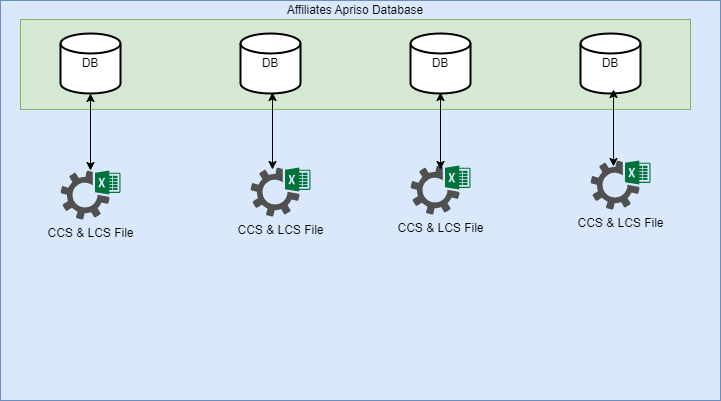
The draw.io diagram CurrenFlowAutoConfig.drawio.png in chulbuljha/SampleCode, before a commit. Source tidied: cells renumbered, new cells last; positions are measured from the earlier drawing's top-left corner, leaving out a move shared by most shapes.
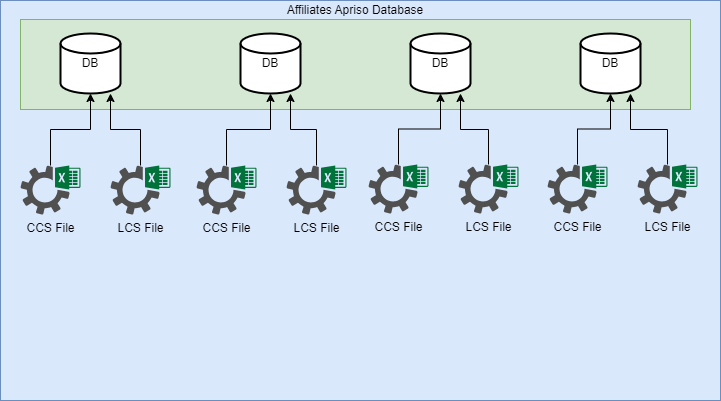
The same diagram one commit later.

What changed in the source:
```diff
@@ -20,38 +20,73 @@
     <mxCell id="7" value="DB" style="strokeWidth=2;html=1;shape=mxgraph.flowchart.database;whiteSpace=wrap;" parent="1" vertex="1">
       <mxGeometry x="580" y="33" width="60" height="60" as="geometry" />
     </mxCell>
+    <mxCell id="12" style="edgeStyle=orthogonalEdgeStyle;rounded=0;jettySize=auto;html=1;" parent="1" edge="1" source="8" target="4">
+      <mxGeometry relative="1" as="geometry" />
+    </mxCell>
-    <mxCell id="8" value="CCS &amp;amp; LCS File" style="sketch=0;shadow=0;dashed=0;html=1;strokeColor=none;fillColor=#505050;labelPosition=center;verticalLabelPosition=bottom;verticalAlign=top;outlineConnect=0;align=center;shape=mxgraph.office.services.excel_services;" parent="1" vertex="1">
-      <mxGeometry x="60" y="170" width="60" height="49" as="geometry" />
+    <mxCell id="8" value="CCS File" style="sketch=0;shadow=0;dashed=0;html=1;strokeColor=none;fillColor=#505050;labelPosition=center;verticalLabelPosition=bottom;verticalAlign=top;outlineConnect=0;align=center;shape=mxgraph.office.services.excel_services;" parent="1" vertex="1">
+      <mxGeometry x="20" y="165" width="60" height="49" as="geometry" />
     </mxCell>
-    <mxCell id="9" value="CCS &amp;amp; LCS File" style="sketch=0;shadow=0;dashed=0;html=1;strokeColor=none;fillColor=#505050;labelPosition=center;verticalLabelPosition=bottom;verticalAlign=top;align=center;shape=mxgraph.office.services.excel_services;" parent="1" vertex="1">
-      <mxGeometry x="250" y="167" width="60" height="49" as="geometry" />
-    </mxCell>
-    <mxCell id="10" value="CCS &amp;amp; LCS File" style="sketch=0;shadow=0;dashed=0;html=1;strokeColor=none;fillColor=#505050;labelPosition=center;verticalLabelPosition=bottom;verticalAlign=top;align=center;shape=mxgraph.office.services.excel_services;" parent="1" vertex="1">
-      <mxGeometry x="410" y="165" width="60" height="49" as="geometry" />
-    </mxCell>
-    <mxCell id="11" value="CCS &amp;amp; LCS File" style="sketch=0;shadow=0;dashed=0;html=1;strokeColor=none;fillColor=#505050;labelPosition=center;verticalLabelPosition=bottom;verticalAlign=top;align=center;shape=mxgraph.office.services.excel_services;" parent="1" vertex="1">
-      <mxGeometry x="590" y="160" width="60" height="49" as="geometry" />
-    </mxCell>
-    <mxCell id="12" style="endArrow=classic;startArrow=classic;html=1;rounded=0;entryX=0.5;entryY=1;entryDx=0;entryDy=0;entryPerimeter=0;" parent="1" edge="1" source="8" target="4">
-      <mxGeometry relative="1" as="geometry" />
-    </mxCell>
-    <mxCell id="13" style="endArrow=classic;startArrow=classic;html=1;rounded=0;entryX=0.5;entryY=1;entryDx=0;entryDy=0;entryPerimeter=0;" parent="1" edge="1">
-      <mxGeometry relative="1" as="geometry">
-        <mxPoint x="272" y="169" as="sourcePoint" />
-        <mxPoint x="272" y="92" as="targetPoint" />
-      </mxGeometry>
-    </mxCell>
-    <mxCell id="14" style="endArrow=classic;startArrow=classic;html=1;rounded=0;entryX=0.5;entryY=1;entryDx=0;entryDy=0;entryPerimeter=0;" parent="1" edge="1">
-      <mxGeometry relative="1" as="geometry">
-        <mxPoint x="440" y="169" as="sourcePoint" />
-        <mxPoint x="440" y="92" as="targetPoint" />
-      </mxGeometry>
-    </mxCell>
-    <mxCell id="15" style="endArrow=classic;startArrow=classic;html=1;rounded=0;entryX=0.5;entryY=1;entryDx=0;entryDy=0;entryPerimeter=0;" parent="1" edge="1">
-      <mxGeometry relative="1" as="geometry">
-        <mxPoint x="613" y="166" as="sourcePoint" />
-        <mxPoint x="613" y="89" as="targetPoint" />
-      </mxGeometry>
-    </mxCell>
+    <mxCell id="16" style="edgeStyle=orthogonalEdgeStyle;rounded=0;jettySize=auto;html=1;" parent="1" edge="1" source="17" target="4">
+      <mxGeometry relative="1" as="geometry">
+        <Array as="points">
+          <mxPoint x="140" y="129" />
+          <mxPoint x="110" y="129" />
+        </Array>
+      </mxGeometry>
+    </mxCell>
+    <mxCell id="17" value="LCS File" style="sketch=0;shadow=0;dashed=0;html=1;strokeColor=none;fillColor=#505050;labelPosition=center;verticalLabelPosition=bottom;verticalAlign=top;outlineConnect=0;align=center;shape=mxgraph.office.services.excel_services;" parent="1" vertex="1">
+      <mxGeometry x="110" y="165" width="60" height="49" as="geometry" />
+    </mxCell>
+    <mxCell id="18" style="edgeStyle=orthogonalEdgeStyle;rounded=0;jettySize=auto;html=1;" parent="1" edge="1" source="19" target="5">
+      <mxGeometry relative="1" as="geometry" />
+    </mxCell>
+    <mxCell id="19" value="CCS File" style="sketch=0;shadow=0;dashed=0;html=1;strokeColor=none;fillColor=#505050;labelPosition=center;verticalLabelPosition=bottom;verticalAlign=top;outlineConnect=0;align=center;shape=mxgraph.office.services.excel_services;" parent="1" vertex="1">
+      <mxGeometry x="196" y="165" width="60" height="49" as="geometry" />
+    </mxCell>
+    <mxCell id="20" style="edgeStyle=orthogonalEdgeStyle;rounded=0;jettySize=auto;html=1;" parent="1" edge="1" source="21" target="5">
+      <mxGeometry relative="1" as="geometry">
+        <Array as="points">
+          <mxPoint x="316" y="129" />
+          <mxPoint x="290" y="129" />
+        </Array>
+      </mxGeometry>
+    </mxCell>
+    <mxCell id="21" value="LCS File" style="sketch=0;shadow=0;dashed=0;html=1;strokeColor=none;fillColor=#505050;labelPosition=center;verticalLabelPosition=bottom;verticalAlign=top;outlineConnect=0;align=center;shape=mxgraph.office.services.excel_services;" parent="1" vertex="1">
+      <mxGeometry x="286" y="165" width="60" height="49" as="geometry" />
+    </mxCell>
+    <mxCell id="22" style="edgeStyle=orthogonalEdgeStyle;rounded=0;jettySize=auto;html=1;" parent="1" edge="1" source="23" target="6">
+      <mxGeometry relative="1" as="geometry" />
+    </mxCell>
+    <mxCell id="23" value="CCS File" style="sketch=0;shadow=0;dashed=0;html=1;strokeColor=none;fillColor=#505050;labelPosition=center;verticalLabelPosition=bottom;verticalAlign=top;outlineConnect=0;align=center;shape=mxgraph.office.services.excel_services;" parent="1" vertex="1">
+      <mxGeometry x="368" y="164" width="60" height="49" as="geometry" />
+    </mxCell>
+    <mxCell id="24" style="edgeStyle=orthogonalEdgeStyle;rounded=0;jettySize=auto;html=1;" parent="1" edge="1" source="25" target="6">
+      <mxGeometry relative="1" as="geometry">
+        <Array as="points">
+          <mxPoint x="488" y="129" />
+          <mxPoint x="460" y="129" />
+        </Array>
+      </mxGeometry>
+    </mxCell>
+    <mxCell id="25" value="LCS File" style="sketch=0;shadow=0;dashed=0;html=1;strokeColor=none;fillColor=#505050;labelPosition=center;verticalLabelPosition=bottom;verticalAlign=top;outlineConnect=0;align=center;shape=mxgraph.office.services.excel_services;" parent="1" vertex="1">
+      <mxGeometry x="458" y="164" width="60" height="49" as="geometry" />
+    </mxCell>
+    <mxCell id="26" style="edgeStyle=orthogonalEdgeStyle;rounded=0;jettySize=auto;html=1;" parent="1" edge="1" source="27" target="7">
+      <mxGeometry relative="1" as="geometry" />
+    </mxCell>
+    <mxCell id="27" value="CCS File" style="sketch=0;shadow=0;dashed=0;html=1;strokeColor=none;fillColor=#505050;labelPosition=center;verticalLabelPosition=bottom;verticalAlign=top;outlineConnect=0;align=center;shape=mxgraph.office.services.excel_services;" parent="1" vertex="1">
+      <mxGeometry x="547" y="164" width="60" height="49" as="geometry" />
+    </mxCell>
+    <mxCell id="28" style="edgeStyle=orthogonalEdgeStyle;rounded=0;jettySize=auto;html=1;" parent="1" edge="1" source="29" target="7">
+      <mxGeometry relative="1" as="geometry">
+        <Array as="points">
+          <mxPoint x="667" y="129" />
+          <mxPoint x="630" y="129" />
+        </Array>
+      </mxGeometry>
+    </mxCell>
+    <mxCell id="29" value="LCS File" style="sketch=0;shadow=0;dashed=0;html=1;strokeColor=none;fillColor=#505050;labelPosition=center;verticalLabelPosition=bottom;verticalAlign=top;outlineConnect=0;align=center;shape=mxgraph.office.services.excel_services;" parent="1" vertex="1">
+      <mxGeometry x="637" y="164" width="60" height="49" as="geometry" />
+    </mxCell>
   </root>
 </mxGraphModel>
```
